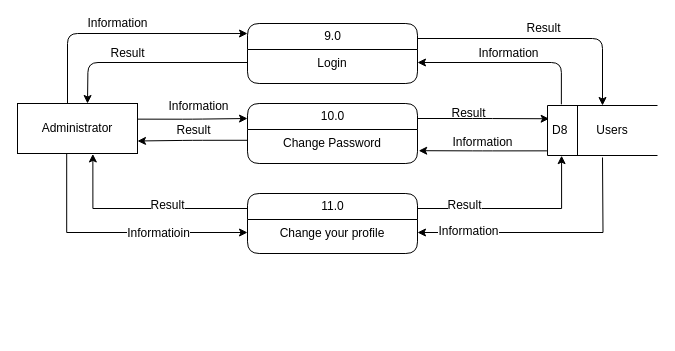
The draw.io diagram page "9, 10, 11" (7 of 7) of resources/dfd/Admin/DFD-Admin.drawio in vanluong94/aptech-doccure, before the edit. Source tidied: cells renumbered, new cells numbered last; positions are measured from the earlier drawing's top-left corner, leaving out a move shared by most shapes. Both pictures are drawn from the tidied source at 100%, with x=0, y=0 at pixel (17, 23).
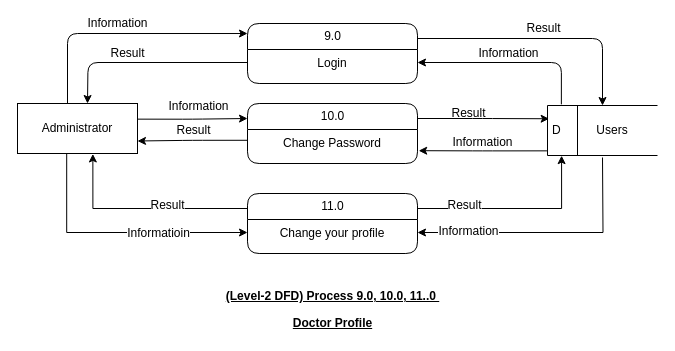
After the change.

The edit, as a diff of the source:
```diff
@@
-    <mxCell id="17" value="D8" style="html=1;dashed=0;whitespace=wrap;shape=mxgraph.dfd.dataStoreID;align=left;spacingLeft=3;points=[[0,0],[0.5,0],[1,0],[0,0.5],[1,0.5],[0,1],[0.5,1],[1,1]];fontFamily=Helvetica;fontSize=12;" parent="1" vertex="1">
+    <mxCell id="17" value="D" style="html=1;dashed=0;whitespace=wrap;shape=mxgraph.dfd.dataStoreID;align=left;spacingLeft=3;points=[[0,0],[0.5,0],[1,0],[0,0.5],[1,0.5],[0,1],[0.5,1],[1,1]];fontFamily=Helvetica;fontSize=12;" parent="1" vertex="1">
       <mxGeometry x="530" y="82" width="110" height="50" as="geometry" />
     </mxCell>
@@
+    <mxCell id="27" value="&lt;p class=&quot;MsoNormal&quot; style=&quot;font-size: 12px&quot;&gt;&lt;font style=&quot;font-size: 12px&quot;&gt;&lt;span style=&quot;font-size: 12px&quot;&gt;&lt;b style=&quot;font-size: 12px&quot;&gt;&lt;u style=&quot;font-size: 12px&quot;&gt;(Level-2 DFD) Process 9.0, 10.0, 11..0&amp;nbsp;&lt;/u&gt;&lt;/b&gt;&lt;/span&gt;&lt;/font&gt;&lt;br style=&quot;font-size: 12px&quot;&gt;&lt;/p&gt;&lt;b&gt;&lt;u&gt;Doctor Profile&lt;/u&gt;&lt;/b&gt;" style="text;html=1;align=center;verticalAlign=middle;strokeColor=none;fontFamily=Helvetica;fontColor=#000000;fontSize=12;rounded=1;" parent="1" vertex="1">
+      <mxGeometry x="200" y="250" width="230" height="60" as="geometry" />
+    </mxCell>
```
